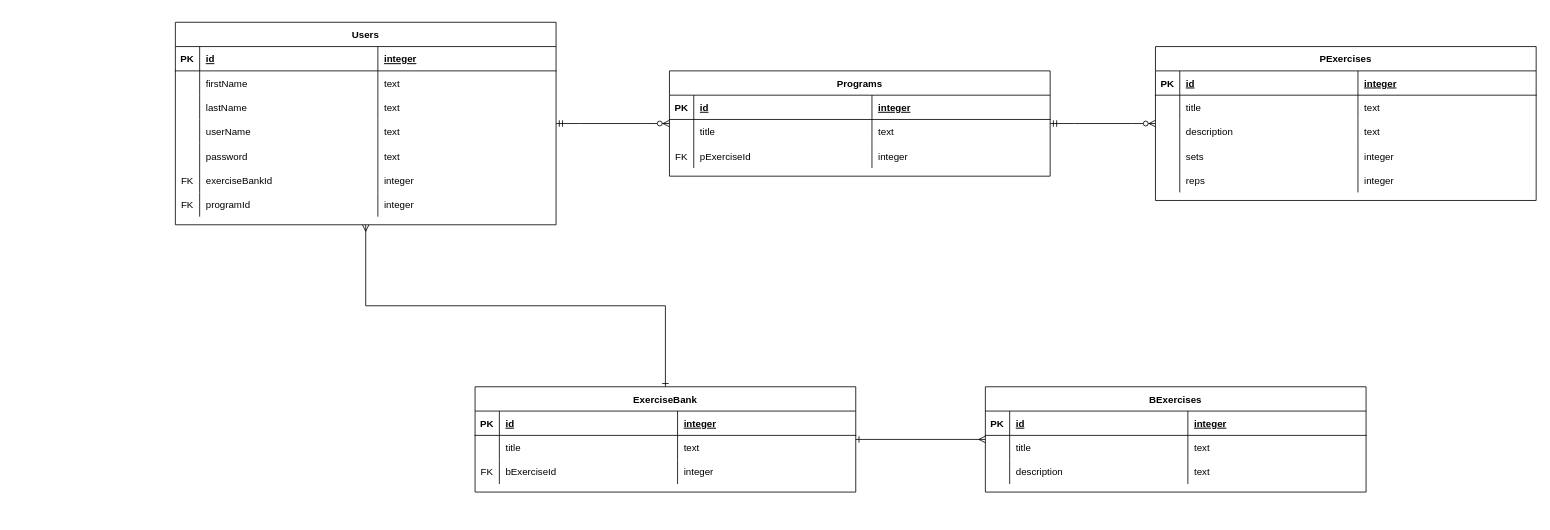
Earlier version of the draw.io diagram ER diagram/er-diagram.drawio (Svennas/personal-workouts-app-project). Source tidied: cells renumbered, new cells numbered last; positions are measured from the earlier drawing's top-left corner, leaving out a move shared by most shapes. Both pictures are drawn from the tidied source at 81%, with x=0, y=0 at pixel (175, 22).
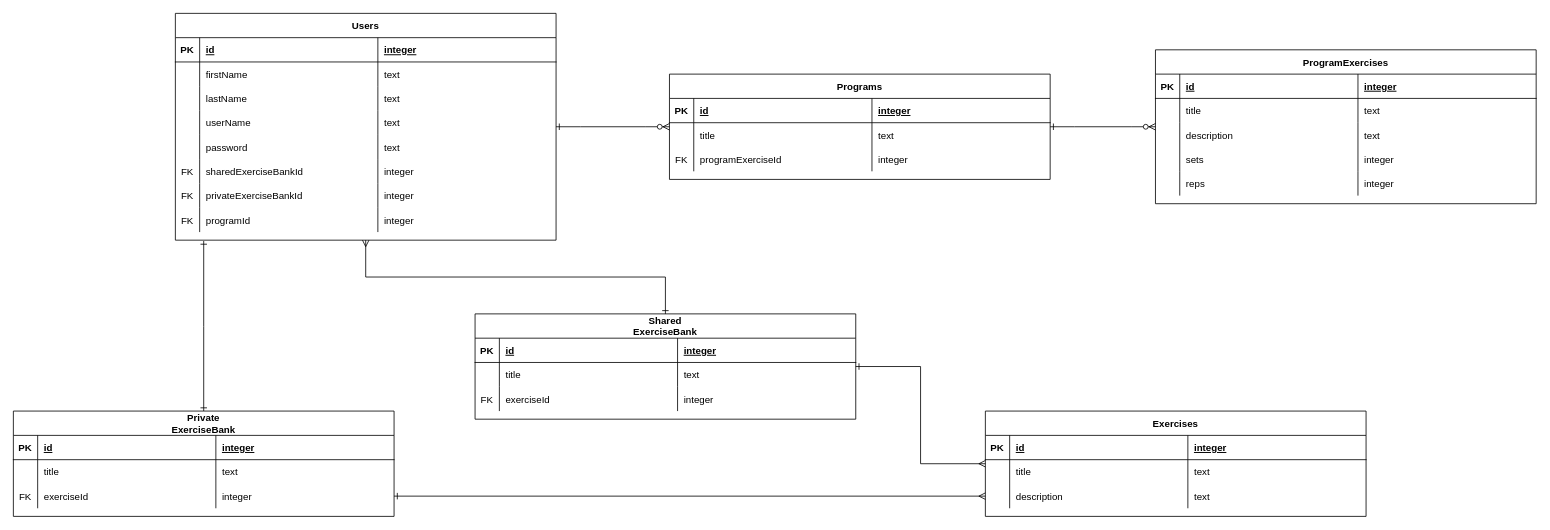
The same diagram, later.

The change refers to these unchanged cells:
```xml
<mxCell id="23" style="shape=partialRectangle;fillColor=none;top=0;left=0;right=0;bottom=0;" parent="2" vertex="1">
  <mxGeometry y="180" width="470" height="30" as="geometry" />
</mxCell>
<mxCell id="40" style="shape=partialRectangle;fillColor=none;top=0;left=0;right=0;bottom=0;" parent="31" vertex="1">
  <mxGeometry y="90" width="470" height="30" as="geometry" />
</mxCell>
<mxCell id="74" style="shape=partialRectangle;fillColor=none;points=[[0,0.5],[1,0.5]];portConstraint=eastwest;top=0;left=0;right=0;bottom=0;" parent="65" vertex="1">
  <mxGeometry y="90" width="470" height="30" as="geometry" />
</mxCell>
<mxCell id="88" style="shape=partialRectangle;fillColor=none;top=0;left=0;right=0;bottom=0;" parent="79" vertex="1">
  <mxGeometry y="90" width="470" height="30" as="geometry" />
</mxCell>
```

Change to the diagram source:
```diff
@@
     <mxCell id="2" value="Users" style="shape=table;startSize=30;childLayout=tableLayout;rowLines=0;fontStyle=1;align=center;" parent="1" vertex="1">
-      <mxGeometry width="470" height="250" as="geometry" />
+      <mxGeometry y="-11" width="470" height="280" as="geometry" />
     </mxCell>
@@
-    <mxCell id="25" value="exerciseBankId" style="shape=partialRectangle;overflow=hidden;fillColor=none;top=0;left=0;bottom=0;right=0;align=left;spacingLeft=6;" parent="23" vertex="1">
+    <mxCell id="25" value="sharedExerciseBankId" style="shape=partialRectangle;overflow=hidden;fillColor=none;top=0;left=0;bottom=0;right=0;align=left;spacingLeft=6;" parent="23" vertex="1">
       <mxGeometry x="30" width="220" height="30" as="geometry" />
     </mxCell>
@@
+    <mxCell id="95" style="shape=partialRectangle;fillColor=none;top=0;left=0;right=0;bottom=0;" parent="2" vertex="1">
+      <mxGeometry y="210" width="470" height="30" as="geometry" />
+    </mxCell>
+    <mxCell id="96" value="FK" style="shape=partialRectangle;overflow=hidden;fillColor=none;top=0;left=0;bottom=0;right=0;" parent="95" vertex="1">
+      <mxGeometry width="30" height="30" as="geometry" />
+    </mxCell>
+    <mxCell id="97" value="privateExerciseBankId" style="shape=partialRectangle;overflow=hidden;fillColor=none;top=0;left=0;bottom=0;right=0;align=left;spacingLeft=6;" parent="95" vertex="1">
+      <mxGeometry x="30" width="220" height="30" as="geometry" />
+    </mxCell>
+    <mxCell id="98" value="integer" style="shape=partialRectangle;overflow=hidden;fillColor=none;top=0;left=0;bottom=0;right=0;align=left;spacingLeft=6;" parent="95" vertex="1">
+      <mxGeometry x="250" width="220" height="30" as="geometry" />
+    </mxCell>
     <mxCell id="27" style="shape=partialRectangle;fillColor=none;top=0;left=0;right=0;bottom=0;" parent="2" vertex="1">
-      <mxGeometry y="210" width="470" height="30" as="geometry" />
+      <mxGeometry y="240" width="470" height="30" as="geometry" />
     </mxCell>
@@
     <mxCell id="31" value="Programs" style="shape=table;startSize=30;childLayout=tableLayout;rowLines=0;fontStyle=1;align=center;" parent="1" vertex="1">
-      <mxGeometry x="610" y="60" width="470" height="130" as="geometry" />
+      <mxGeometry x="610" y="64" width="470" height="130" as="geometry" />
     </mxCell>
@@
-    <mxCell id="42" value="pExerciseId" style="shape=partialRectangle;overflow=hidden;fillColor=none;top=0;left=0;bottom=0;right=0;align=left;spacingLeft=6;" parent="40" vertex="1">
+    <mxCell id="42" value="programExerciseId" style="shape=partialRectangle;overflow=hidden;fillColor=none;top=0;left=0;bottom=0;right=0;align=left;spacingLeft=6;" parent="40" vertex="1">
       <mxGeometry x="30" width="220" height="30" as="geometry" />
     </mxCell>
@@
-    <mxCell id="44" value="PExercises" style="shape=table;startSize=30;childLayout=tableLayout;rowLines=0;fontStyle=1;align=center;" parent="1" vertex="1">
-      <mxGeometry x="1210" y="30" width="470" height="190" as="geometry" />
+    <mxCell id="44" value="ProgramExercises" style="shape=table;startSize=30;childLayout=tableLayout;rowLines=0;fontStyle=1;align=center;" parent="1" vertex="1">
+      <mxGeometry x="1210" y="34" width="470" height="190" as="geometry" />
     </mxCell>
@@
-    <mxCell id="65" value="BExercises" style="shape=table;startSize=30;childLayout=tableLayout;rowLines=0;fontStyle=1;align=center;" parent="1" vertex="1">
-      <mxGeometry x="1000" y="450" width="470" height="130" as="geometry" />
+    <mxCell id="65" value="Exercises" style="shape=table;startSize=30;childLayout=tableLayout;rowLines=0;fontStyle=1;align=center;" parent="1" vertex="1">
+      <mxGeometry x="1000" y="480" width="470" height="130" as="geometry" />
     </mxCell>
@@
-    <mxCell id="79" value="ExerciseBank" style="shape=table;startSize=30;childLayout=tableLayout;rowLines=0;fontStyle=1;align=center;" parent="1" vertex="1">
-      <mxGeometry x="370" y="450" width="470" height="130" as="geometry" />
+    <mxCell id="79" value="Shared&#10;ExerciseBank" style="shape=table;startSize=30;childLayout=tableLayout;rowLines=0;fontStyle=1;align=center;" parent="1" vertex="1">
+      <mxGeometry x="370" y="360" width="470" height="130" as="geometry" />
     </mxCell>
@@
-    <mxCell id="90" value="bExerciseId" style="shape=partialRectangle;overflow=hidden;fillColor=none;top=0;left=0;bottom=0;right=0;align=left;spacingLeft=6;" parent="88" vertex="1">
+    <mxCell id="90" value="exerciseId" style="shape=partialRectangle;overflow=hidden;fillColor=none;top=0;left=0;bottom=0;right=0;align=left;spacingLeft=6;" parent="88" vertex="1">
       <mxGeometry x="30" width="220" height="30" as="geometry" />
     </mxCell>
@@
-    <mxCell id="92" style="edgeStyle=entityRelationEdgeStyle;fontSize=12;html=1;endArrow=ERzeroToMany;startArrow=ERmandOne;rounded=0;" parent="1" edge="1" source="2" target="31">
+    <mxCell id="92" style="edgeStyle=entityRelationEdgeStyle;fontSize=12;html=1;endArrow=ERzeroToMany;startArrow=ERone;rounded=0;startFill=0;" parent="1" edge="1" source="2" target="31">
       <mxGeometry relative="1" as="geometry" />
     </mxCell>
-    <mxCell id="93" style="edgeStyle=entityRelationEdgeStyle;fontSize=12;html=1;endArrow=ERzeroToMany;startArrow=ERmandOne;rounded=0;" parent="1" edge="1" source="31" target="44">
+    <mxCell id="93" style="edgeStyle=entityRelationEdgeStyle;fontSize=12;html=1;endArrow=ERzeroToMany;startArrow=ERone;rounded=0;startFill=0;" parent="1" edge="1" source="31" target="44">
       <mxGeometry relative="1" as="geometry" />
     </mxCell>
@@
+    <mxCell id="99" style="edgeStyle=orthogonalEdgeStyle;rounded=0;jettySize=auto;html=1;startArrow=ERone;startFill=0;endArrow=ERone;endFill=0;" parent="1" edge="1" source="100">
+      <mxGeometry relative="1" as="geometry">
+        <mxPoint x="35" y="270" as="targetPoint" />
+      </mxGeometry>
+    </mxCell>
+    <mxCell id="100" value="Private&#10;ExerciseBank" style="shape=table;startSize=30;childLayout=tableLayout;rowLines=0;fontStyle=1;align=center;" parent="1" vertex="1">
+      <mxGeometry x="-200" y="480" width="470" height="130" as="geometry" />
+    </mxCell>
+    <mxCell id="101" style="shape=partialRectangle;fillColor=none;top=0;left=0;right=0;bottom=1;" parent="100" vertex="1">
+      <mxGeometry y="30" width="470" height="30" as="geometry" />
+    </mxCell>
+    <mxCell id="102" value="PK" style="shape=partialRectangle;overflow=hidden;fillColor=none;top=0;left=0;bottom=0;right=0;fontStyle=1;" parent="101" vertex="1">
+      <mxGeometry width="30" height="30" as="geometry" />
+    </mxCell>
+    <mxCell id="103" value="id" style="shape=partialRectangle;overflow=hidden;fillColor=none;top=0;left=0;bottom=0;right=0;align=left;spacingLeft=6;fontStyle=5;" parent="101" vertex="1">
+      <mxGeometry x="30" width="220" height="30" as="geometry" />
+    </mxCell>
+    <mxCell id="104" value="integer" style="shape=partialRectangle;overflow=hidden;fillColor=none;top=0;left=0;bottom=0;right=0;align=left;spacingLeft=6;fontStyle=5;" parent="101" vertex="1">
+      <mxGeometry x="250" width="220" height="30" as="geometry" />
+    </mxCell>
+    <mxCell id="105" style="shape=partialRectangle;fillColor=none;top=0;left=0;right=0;bottom=0;" parent="100" vertex="1">
+      <mxGeometry y="60" width="470" height="30" as="geometry" />
+    </mxCell>
+    <mxCell id="106" style="shape=partialRectangle;overflow=hidden;fillColor=none;top=0;left=0;bottom=0;right=0;" parent="105" vertex="1">
+      <mxGeometry width="30" height="30" as="geometry" />
+    </mxCell>
+    <mxCell id="107" value="title" style="shape=partialRectangle;overflow=hidden;fillColor=none;top=0;left=0;bottom=0;right=0;align=left;spacingLeft=6;" parent="105" vertex="1">
+      <mxGeometry x="30" width="220" height="30" as="geometry" />
+    </mxCell>
+    <mxCell id="108" value="text" style="shape=partialRectangle;overflow=hidden;fillColor=none;top=0;left=0;bottom=0;right=0;align=left;spacingLeft=6;" parent="105" vertex="1">
+      <mxGeometry x="250" width="220" height="30" as="geometry" />
+    </mxCell>
+    <mxCell id="109" style="shape=partialRectangle;fillColor=none;points=[[0,0.5],[1,0.5]];portConstraint=eastwest;top=0;left=0;right=0;bottom=0;" parent="100" vertex="1">
+      <mxGeometry y="90" width="470" height="30" as="geometry" />
+    </mxCell>
+    <mxCell id="110" value="FK" style="shape=partialRectangle;overflow=hidden;fillColor=none;top=0;left=0;bottom=0;right=0;" parent="109" vertex="1">
+      <mxGeometry width="30" height="30" as="geometry" />
+    </mxCell>
+    <mxCell id="111" value="exerciseId" style="shape=partialRectangle;overflow=hidden;fillColor=none;top=0;left=0;bottom=0;right=0;align=left;spacingLeft=6;" parent="109" vertex="1">
+      <mxGeometry x="30" width="220" height="30" as="geometry" />
+    </mxCell>
+    <mxCell id="112" value="integer" style="shape=partialRectangle;overflow=hidden;fillColor=none;top=0;left=0;bottom=0;right=0;align=left;spacingLeft=6;" parent="109" vertex="1">
+      <mxGeometry x="250" width="220" height="30" as="geometry" />
+    </mxCell>
+    <mxCell id="113" style="edgeStyle=orthogonalEdgeStyle;rounded=0;jettySize=auto;html=1;entryX=0;entryY=0.5;entryDx=0;entryDy=0;endArrow=ERmany;endFill=0;startArrow=ERone;startFill=0;" parent="1" edge="1" source="109" target="74">
+      <mxGeometry relative="1" as="geometry" />
+    </mxCell>
```
